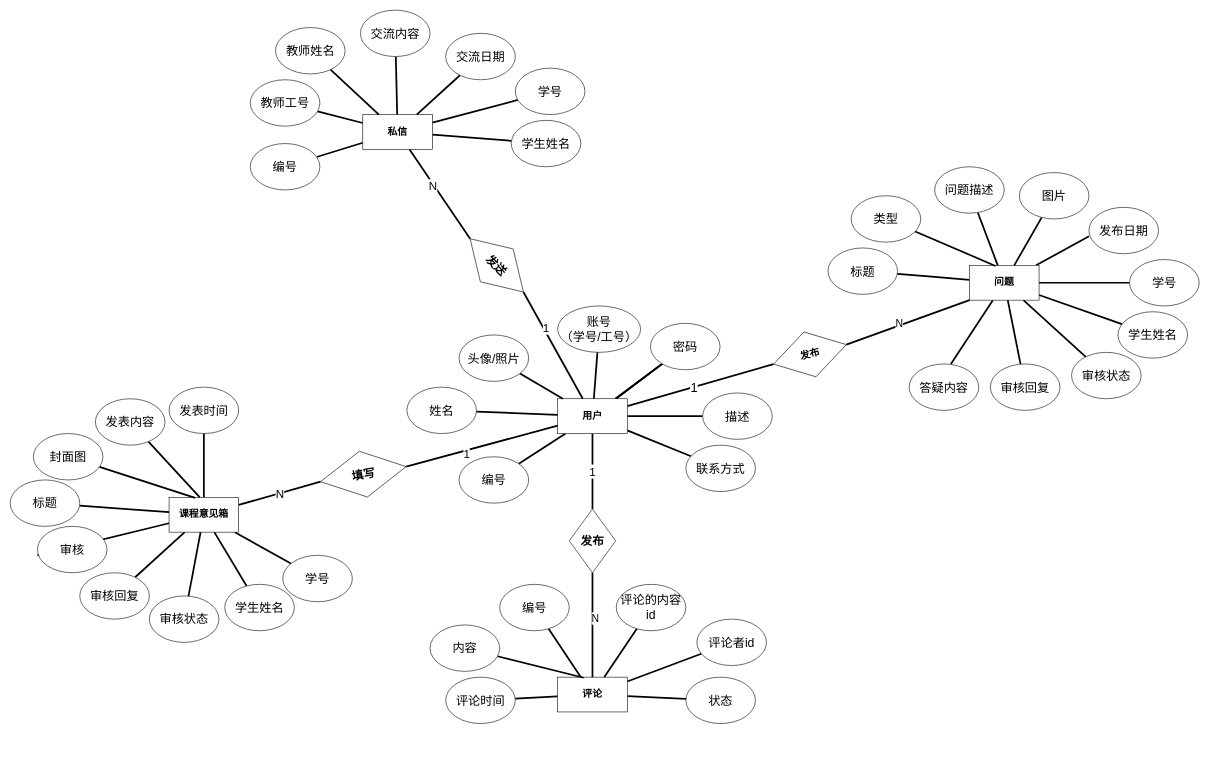
ov0-0vo/1 keeps this draw.io diagram as page "第 1 页" (1 of 5) of E-R模型图.drawio. Above is the earlier version. Source tidied: cells renumbered, new cells numbered last; positions are measured from the earlier drawing's top-left corner, leaving out a move shared by most shapes. Both pictures are drawn from the tidied source at 58%, with x=0, y=0 at pixel (10, 10).
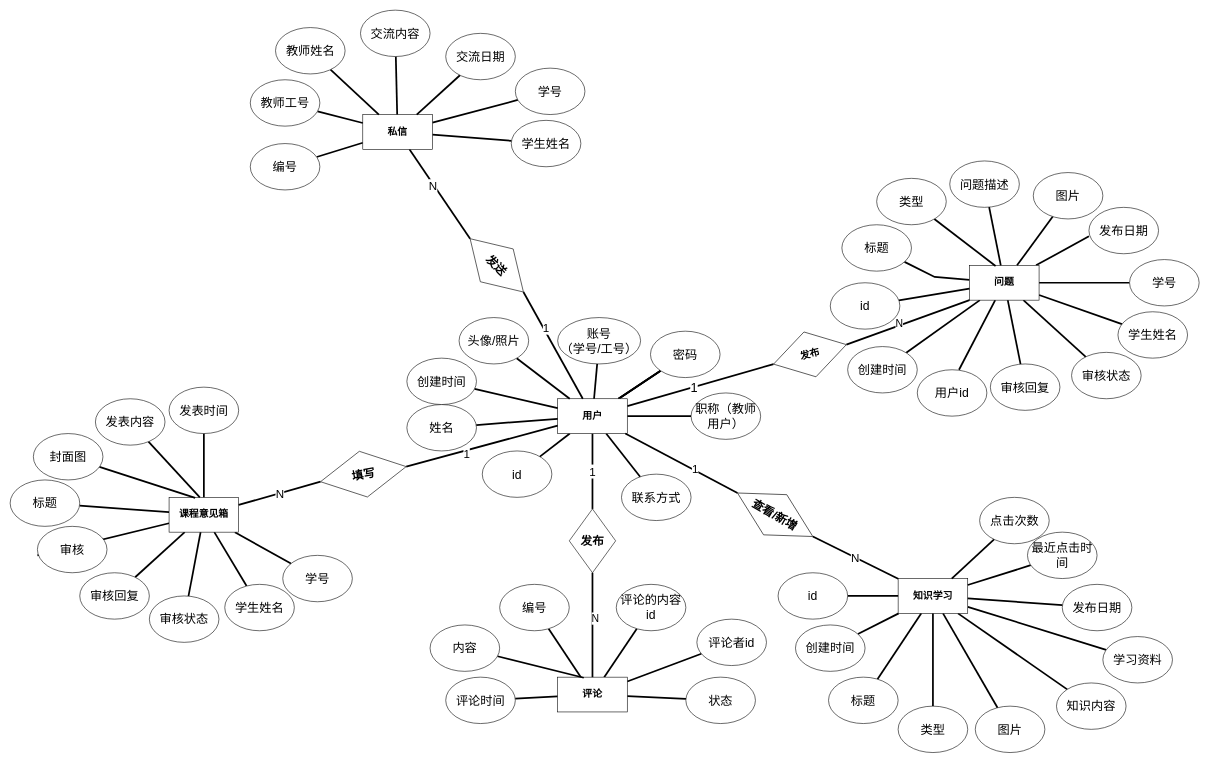
Above is the later version.

Unchanged cells that the change refers to:
```xml
<mxCell id="28" value="问题" style="rounded=0;whiteSpace=wrap;html=1;fontFamily=Times New Roman;fontStyle=1;fontSize=17;" parent="1" vertex="1">
  <mxGeometry x="1654" y="440" width="120" height="60" as="geometry" />
</mxCell>
<mxCell id="51" value="用户" style="rounded=0;whiteSpace=wrap;html=1;fontFamily=Times New Roman;fontStyle=1;fontSize=17;" parent="1" vertex="1">
  <mxGeometry x="944" y="670" width="120" height="60" as="geometry" />
</mxCell>
```

The edit, as a diff of the source:
```diff
@@
+    <mxCell id="105" style="edgeStyle=none;shape=connector;rounded=0;jettySize=auto;html=1;labelBackgroundColor=default;strokeColor=default;strokeWidth=3;fontFamily=Helvetica;fontSize=21;fontColor=default;endArrow=none;endFill=0;" parent="1" edge="1" source="28" target="110">
+      <mxGeometry relative="1" as="geometry" />
+    </mxCell>
@@
     <mxCell id="29" value="标题" style="ellipse;whiteSpace=wrap;html=1;fontSize=21;" parent="1" vertex="1">
-      <mxGeometry x="1410" y="410" width="120" height="80" as="geometry" />
+      <mxGeometry x="1434" y="370" width="120" height="80" as="geometry" />
     </mxCell>
@@
     <mxCell id="31" value="类型" style="ellipse;whiteSpace=wrap;html=1;fontSize=21;" parent="1" vertex="1">
-      <mxGeometry x="1450" y="320" width="120" height="80" as="geometry" />
+      <mxGeometry x="1494" y="290" width="120" height="80" as="geometry" />
     </mxCell>
@@
     <mxCell id="33" value="图片" style="ellipse;whiteSpace=wrap;html=1;fontSize=21;" parent="1" vertex="1">
-      <mxGeometry x="1740" y="280" width="120" height="80" as="geometry" />
+      <mxGeometry x="1764" y="280" width="120" height="80" as="geometry" />
     </mxCell>
@@
     <mxCell id="35" value="问题描述" style="ellipse;whiteSpace=wrap;html=1;fontSize=21;" parent="1" vertex="1">
-      <mxGeometry x="1594" y="270" width="120" height="80" as="geometry" />
+      <mxGeometry x="1620" y="260" width="120" height="80" as="geometry" />
     </mxCell>
@@
-    <mxCell id="41" value="答疑内容" style="ellipse;whiteSpace=wrap;html=1;fontSize=21;" parent="1" vertex="1">
-      <mxGeometry x="1550" y="610" width="120" height="80" as="geometry" />
+    <mxCell id="41" value="用户id" style="ellipse;whiteSpace=wrap;html=1;fontSize=21;" parent="1" vertex="1">
+      <mxGeometry x="1564" y="620" width="120" height="80" as="geometry" />
     </mxCell>
@@
-    <mxCell id="52" value="编号" style="ellipse;whiteSpace=wrap;html=1;fontSize=21;" parent="1" vertex="1">
-      <mxGeometry x="774" y="770" width="120" height="80" as="geometry" />
+    <mxCell id="52" value="id" style="ellipse;whiteSpace=wrap;html=1;fontSize=21;" parent="1" vertex="1">
+      <mxGeometry x="814" y="760" width="120" height="80" as="geometry" />
     </mxCell>
@@
     <mxCell id="54" value="姓名" style="ellipse;whiteSpace=wrap;html=1;fontSize=21;" parent="1" vertex="1">
-      <mxGeometry x="684" y="650" width="120" height="80" as="geometry" />
+      <mxGeometry x="684" y="680" width="120" height="80" as="geometry" />
     </mxCell>
@@
     <mxCell id="56" value="账号&lt;br&gt;（学号/工号）" style="ellipse;whiteSpace=wrap;html=1;fontSize=21;" parent="1" vertex="1">
-      <mxGeometry x="944" y="510" width="143" height="80" as="geometry" />
+      <mxGeometry x="944" y="530" width="143" height="80" as="geometry" />
     </mxCell>
@@
     <mxCell id="58" value="头像/照片" style="ellipse;whiteSpace=wrap;html=1;fontSize=21;" parent="1" vertex="1">
-      <mxGeometry x="774" y="560" width="120" height="80" as="geometry" />
+      <mxGeometry x="774" y="530" width="120" height="80" as="geometry" />
     </mxCell>
-    <mxCell id="59" value="描述" style="ellipse;whiteSpace=wrap;html=1;fontSize=21;" parent="1" vertex="1">
-      <mxGeometry x="1194" y="660" width="120" height="80" as="geometry" />
+    <mxCell id="59" value="职称（教师用户）" style="ellipse;whiteSpace=wrap;html=1;fontSize=21;" parent="1" vertex="1">
+      <mxGeometry x="1174" y="660" width="120" height="80" as="geometry" />
     </mxCell>
     <mxCell id="60" value="密码" style="ellipse;whiteSpace=wrap;html=1;fontSize=21;" parent="1" vertex="1">
-      <mxGeometry x="1104" y="540" width="120" height="80" as="geometry" />
+      <mxGeometry x="1104" y="553.5" width="120" height="80" as="geometry" />
     </mxCell>
     <mxCell id="61" value="联系方式" style="ellipse;whiteSpace=wrap;html=1;fontSize=21;" parent="1" vertex="1">
-      <mxGeometry x="1165" y="750" width="120" height="80" as="geometry" />
+      <mxGeometry x="1054" y="800" width="120" height="80" as="geometry" />
     </mxCell>
@@
+    <mxCell id="106" style="edgeStyle=none;shape=connector;rounded=0;jettySize=auto;html=1;labelBackgroundColor=default;strokeWidth=3;fontFamily=Helvetica;fontSize=11;fontColor=default;endArrow=none;endFill=0;" parent="1" edge="1" source="51" target="107">
+      <mxGeometry relative="1" as="geometry" />
+    </mxCell>
+    <mxCell id="107" value="创建时间" style="ellipse;whiteSpace=wrap;html=1;fontSize=21;" parent="1" vertex="1">
+      <mxGeometry x="684" y="600" width="120" height="80" as="geometry" />
+    </mxCell>
+    <mxCell id="108" style="edgeStyle=none;shape=connector;rounded=0;jettySize=auto;html=1;labelBackgroundColor=default;strokeColor=default;strokeWidth=3;fontFamily=Helvetica;fontSize=21;fontColor=default;endArrow=none;endFill=0;" parent="1" edge="1" source="109" target="28">
+      <mxGeometry relative="1" as="geometry" />
+    </mxCell>
+    <mxCell id="109" value="id" style="ellipse;whiteSpace=wrap;html=1;fontSize=21;" parent="1" vertex="1">
+      <mxGeometry x="1414" y="470" width="120" height="80" as="geometry" />
+    </mxCell>
+    <mxCell id="110" value="创建时间" style="ellipse;whiteSpace=wrap;html=1;fontSize=21;" parent="1" vertex="1">
+      <mxGeometry x="1444" y="580" width="120" height="80" as="geometry" />
+    </mxCell>
+    <mxCell id="111" style="rounded=0;jettySize=auto;html=1;endArrow=none;endFill=0;strokeWidth=3;" parent="1" edge="1" source="117" target="118">
+      <mxGeometry relative="1" as="geometry" />
+    </mxCell>
+    <mxCell id="112" style="edgeStyle=none;shape=connector;rounded=0;jettySize=auto;html=1;labelBackgroundColor=default;strokeWidth=3;fontFamily=Helvetica;fontSize=11;fontColor=default;endArrow=none;endFill=0;" parent="1" edge="1" source="117" target="126">
+      <mxGeometry relative="1" as="geometry" />
+    </mxCell>
+    <mxCell id="113" style="edgeStyle=none;shape=connector;rounded=0;jettySize=auto;html=1;labelBackgroundColor=default;strokeWidth=3;fontFamily=Helvetica;fontSize=11;fontColor=default;endArrow=none;endFill=0;" parent="1" edge="1" source="117" target="125">
+      <mxGeometry relative="1" as="geometry" />
+    </mxCell>
+    <mxCell id="114" style="edgeStyle=none;shape=connector;rounded=0;jettySize=auto;html=1;labelBackgroundColor=default;strokeWidth=3;fontFamily=Helvetica;fontSize=11;fontColor=default;endArrow=none;endFill=0;" parent="1" edge="1" source="117" target="127">
+      <mxGeometry relative="1" as="geometry" />
+    </mxCell>
+    <mxCell id="115" style="edgeStyle=none;shape=connector;rounded=0;jettySize=auto;html=1;labelBackgroundColor=default;strokeWidth=3;fontFamily=Helvetica;fontSize=11;fontColor=default;endArrow=none;endFill=0;" parent="1" edge="1" source="117" target="128">
+      <mxGeometry relative="1" as="geometry" />
+    </mxCell>
+    <mxCell id="116" style="edgeStyle=none;shape=connector;rounded=0;jettySize=auto;html=1;labelBackgroundColor=default;strokeWidth=3;fontFamily=Helvetica;fontSize=11;fontColor=default;endArrow=none;endFill=0;" parent="1" edge="1" source="117" target="129">
+      <mxGeometry relative="1" as="geometry" />
+    </mxCell>
+    <mxCell id="117" value="知识学习" style="rounded=0;whiteSpace=wrap;html=1;fontFamily=Times New Roman;fontStyle=1;fontSize=17;" parent="1" vertex="1">
+      <mxGeometry x="1531" y="980" width="120" height="60" as="geometry" />
+    </mxCell>
+    <mxCell id="118" value="学习资料" style="ellipse;whiteSpace=wrap;html=1;fontSize=21;" parent="1" vertex="1">
+      <mxGeometry x="1884" y="1080" width="120" height="80" as="geometry" />
+    </mxCell>
+    <mxCell id="119" style="rounded=0;jettySize=auto;html=1;endArrow=none;endFill=0;strokeWidth=3;" parent="1" edge="1" source="117" target="120">
+      <mxGeometry relative="1" as="geometry" />
+    </mxCell>
+    <mxCell id="120" value="id" style="ellipse;whiteSpace=wrap;html=1;fontSize=21;" parent="1" vertex="1">
+      <mxGeometry x="1324" y="970" width="120" height="80" as="geometry" />
+    </mxCell>
+    <mxCell id="121" style="rounded=0;jettySize=auto;html=1;endArrow=none;endFill=0;strokeWidth=3;" parent="1" edge="1" source="117" target="122">
+      <mxGeometry relative="1" as="geometry" />
+    </mxCell>
+    <mxCell id="122" value="发布日期" style="ellipse;whiteSpace=wrap;html=1;fontSize=21;" parent="1" vertex="1">
+      <mxGeometry x="1814" y="990" width="120" height="80" as="geometry" />
+    </mxCell>
+    <mxCell id="123" style="edgeStyle=none;shape=connector;rounded=0;jettySize=auto;html=1;labelBackgroundColor=default;strokeWidth=3;fontFamily=Helvetica;fontSize=11;fontColor=default;endArrow=none;endFill=0;" parent="1" edge="1" source="124" target="117">
+      <mxGeometry relative="1" as="geometry" />
+    </mxCell>
+    <mxCell id="124" value="最近点击时间" style="ellipse;whiteSpace=wrap;html=1;fontSize=21;" parent="1" vertex="1">
+      <mxGeometry x="1754" y="900" width="120" height="80" as="geometry" />
+    </mxCell>
+    <mxCell id="125" value="图片" style="ellipse;whiteSpace=wrap;html=1;fontSize=21;" parent="1" vertex="1">
+      <mxGeometry x="1664" y="1200" width="120" height="80" as="geometry" />
+    </mxCell>
+    <mxCell id="126" value="知识内容" style="ellipse;whiteSpace=wrap;html=1;fontSize=21;" parent="1" vertex="1">
+      <mxGeometry x="1804" y="1160" width="120" height="80" as="geometry" />
+    </mxCell>
+    <mxCell id="127" value="类型" style="ellipse;whiteSpace=wrap;html=1;fontSize=21;" parent="1" vertex="1">
+      <mxGeometry x="1531" y="1200" width="120" height="80" as="geometry" />
+    </mxCell>
+    <mxCell id="128" value="标题" style="ellipse;whiteSpace=wrap;html=1;fontSize=21;" parent="1" vertex="1">
+      <mxGeometry x="1411" y="1150" width="120" height="80" as="geometry" />
+    </mxCell>
+    <mxCell id="129" value="创建时间" style="ellipse;whiteSpace=wrap;html=1;fontSize=21;" parent="1" vertex="1">
+      <mxGeometry x="1354" y="1060" width="120" height="80" as="geometry" />
+    </mxCell>
+    <mxCell id="130" style="edgeStyle=none;shape=connector;rounded=0;jettySize=auto;html=1;labelBackgroundColor=default;strokeColor=default;strokeWidth=3;fontFamily=Helvetica;fontSize=11;fontColor=default;endArrow=none;endFill=0;exitX=0;exitY=0.5;exitDx=0;exitDy=0;" parent="1" edge="1" source="133" target="51">
+      <mxGeometry relative="1" as="geometry" />
+    </mxCell>
+    <mxCell id="131" value="1" style="edgeLabel;html=1;align=center;verticalAlign=middle;fontSize=20;fontFamily=Helvetica;fontColor=default;" parent="130" vertex="1">
+      <mxGeometry x="-0.22" y="-4" relative="1" as="geometry" />
+    </mxCell>
+    <mxCell id="132" value="N" style="edgeStyle=none;shape=connector;rounded=0;jettySize=auto;html=1;exitX=1;exitY=0.5;exitDx=0;exitDy=0;labelBackgroundColor=default;strokeColor=default;strokeWidth=3;fontFamily=Helvetica;fontSize=20;fontColor=default;endArrow=none;endFill=0;" parent="1" edge="1" source="133" target="117">
+      <mxGeometry relative="1" as="geometry" />
+    </mxCell>
+    <mxCell id="133" value="查看/新增" style="rhombus;whiteSpace=wrap;html=1;fontFamily=Helvetica;fontSize=20;fontColor=default;fontStyle=1;rotation=30;" parent="1" vertex="1">
+      <mxGeometry x="1244" y="830" width="150" height="80" as="geometry" />
+    </mxCell>
+    <mxCell id="134" style="edgeStyle=none;shape=connector;rounded=0;jettySize=auto;html=1;labelBackgroundColor=default;strokeWidth=3;fontFamily=Helvetica;fontSize=11;fontColor=default;endArrow=none;endFill=0;" parent="1" edge="1" source="135" target="117">
+      <mxGeometry relative="1" as="geometry" />
+    </mxCell>
+    <mxCell id="135" value="点击次数" style="ellipse;whiteSpace=wrap;html=1;fontSize=21;" parent="1" vertex="1">
+      <mxGeometry x="1671.5" y="840" width="120" height="80" as="geometry" />
+    </mxCell>
```
